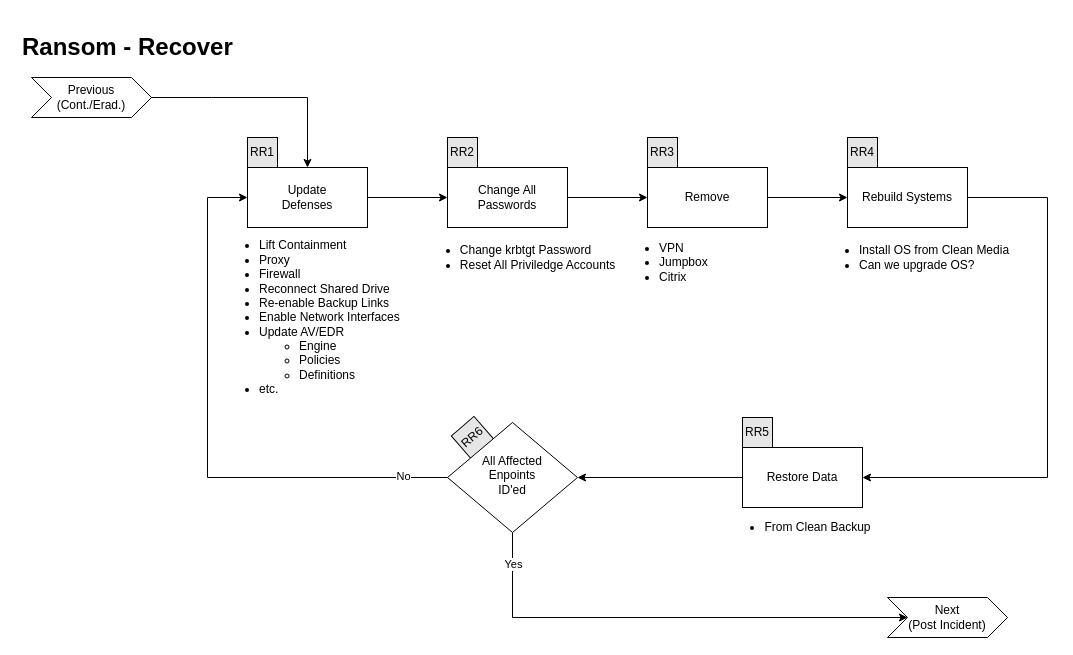
The draw.io diagram page "Odzyskiwanie" (4 of 5) of IRP-Ransom/Workflows/Ransom-Workflow.drawio in amigasz/Playbooks, before the edit. Source tidied: cells renumbered, new cells numbered last; positions are measured from the earlier drawing's top-left corner, leaving out a move shared by most shapes. Both pictures are drawn from the tidied source at 100%, with x=0, y=0 at pixel (17, 27).
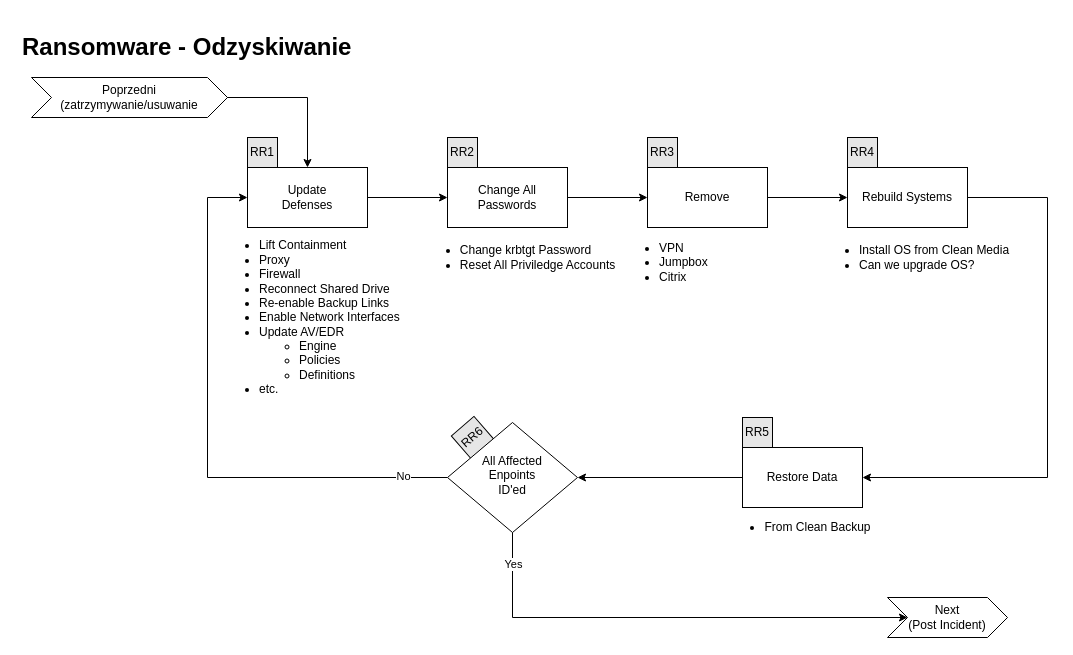
The same page after the edit.

What changed in the source:
```diff
@@
-    <mxCell id="10" value="&lt;h1&gt;Ransom - Recover&lt;br&gt;&lt;/h1&gt;" style="text;html=1;strokeColor=none;fillColor=none;spacing=5;spacingTop=-20;whiteSpace=wrap;overflow=hidden;rounded=0;" parent="1" vertex="1">
-      <mxGeometry width="290" height="40" as="geometry" />
+    <mxCell id="10" value="&lt;h1&gt;Ransomware - Odzyskiwanie&lt;br&gt;&lt;/h1&gt;" style="text;html=1;strokeColor=none;fillColor=none;spacing=5;spacingTop=-20;whiteSpace=wrap;overflow=hidden;rounded=0;" parent="1" vertex="1">
+      <mxGeometry width="400" height="40" as="geometry" />
     </mxCell>
@@
-    <mxCell id="12" value="&lt;div&gt;Previous&lt;/div&gt;(Cont./Erad.)" style="shape=step;perimeter=stepPerimeter;whiteSpace=wrap;html=1;fixedSize=1;" parent="1" vertex="1">
-      <mxGeometry x="14" y="50" width="120" height="40" as="geometry" />
+    <mxCell id="12" value="&lt;div&gt;&lt;span style=&quot;background-color: initial;&quot;&gt;Poprzedni (zatrzymywanie/usuwanie&lt;/span&gt;&lt;/div&gt;" style="shape=step;perimeter=stepPerimeter;whiteSpace=wrap;html=1;fixedSize=1;" parent="1" vertex="1">
+      <mxGeometry x="14" y="50" width="196" height="40" as="geometry" />
     </mxCell>
```
